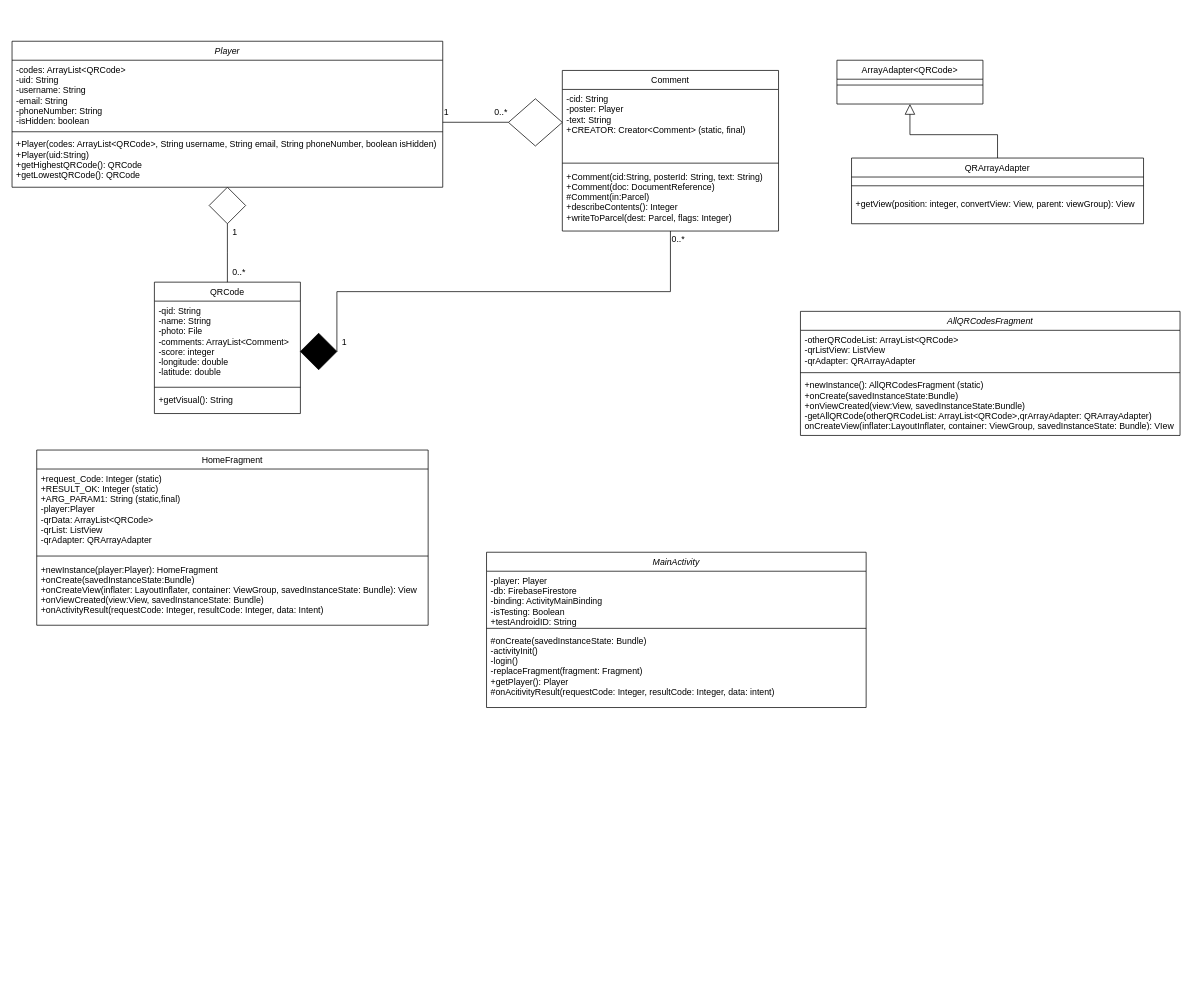
The draw.io diagram part3_temp_work/classdiagram.drawio in CMPUT301W23T18/Team18Project, before the edit. Source tidied: cells renumbered, new cells numbered last; positions are measured from the earlier drawing's top-left corner, leaving out a move shared by most shapes. Both pictures are drawn from the tidied source at 73%, with x=0, y=0 at pixel (-18, 41).
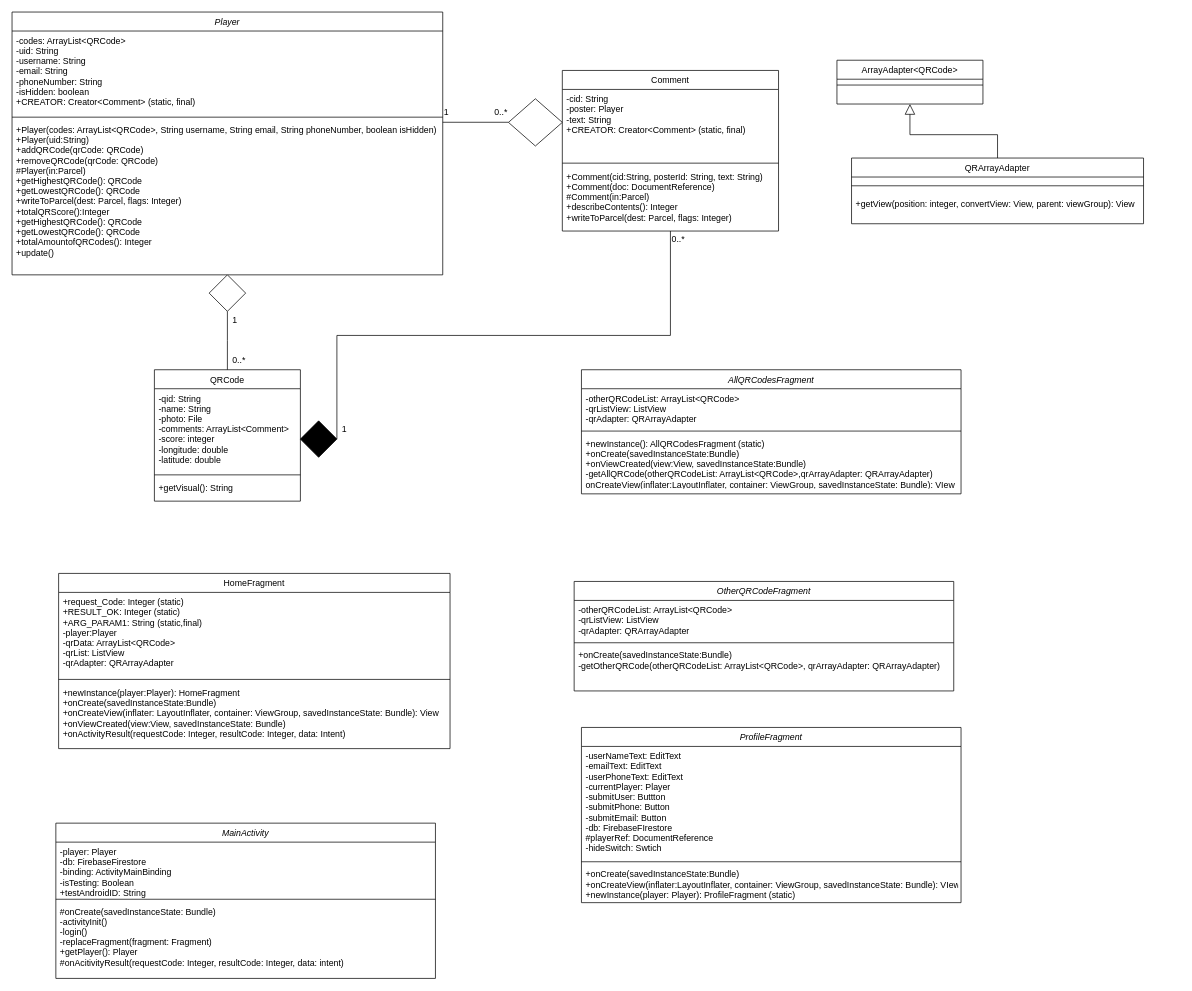
The same diagram, later.

The edit, as a diff of the source:
```diff
@@
     <mxCell id="2" value="QRCode" style="swimlane;fontStyle=0;align=center;verticalAlign=top;horizontal=1;startSize=26;rounded=0;shadow=0;strokeWidth=1;" parent="1" vertex="1">
-      <mxGeometry x="235" y="330" width="200" height="180" as="geometry" />
+      <mxGeometry x="235" y="450" width="200" height="180" as="geometry" />
     </mxCell>
@@
     <mxCell id="18" style="group;" parent="1" vertex="1">
-      <mxGeometry x="40" width="590" height="220" as="geometry" />
+      <mxGeometry x="40" y="-40" width="590" height="360" as="geometry" />
     </mxCell>
     <mxCell id="19" value="Player" style="swimlane;fontStyle=2;align=center;verticalAlign=top;horizontal=1;startSize=26;rounded=0;shadow=0;strokeWidth=1;" parent="18" vertex="1">
-      <mxGeometry width="590" height="200" as="geometry" />
+      <mxGeometry width="590" height="360" as="geometry" />
     </mxCell>
-    <mxCell id="20" value="-codes: ArrayList&lt;QRCode&gt;&#10;-uid: String&#10;-username: String&#10;-email: String&#10;-phoneNumber: String&#10;-isHidden: boolean" style="text;align=left;verticalAlign=top;spacingLeft=4;spacingRight=4;overflow=hidden;" parent="19" vertex="1">
-      <mxGeometry y="26" width="590" height="94" as="geometry" />
+    <mxCell id="20" value="-codes: ArrayList&lt;QRCode&gt;&#10;-uid: String&#10;-username: String&#10;-email: String&#10;-phoneNumber: String&#10;-isHidden: boolean&#10;+CREATOR: Creator&lt;Comment&gt; (static, final)" style="text;align=left;verticalAlign=top;spacingLeft=4;spacingRight=4;overflow=hidden;" parent="19" vertex="1">
+      <mxGeometry y="26" width="590" height="114" as="geometry" />
     </mxCell>
     <mxCell id="21" style="line;html=1;strokeWidth=1;align=left;verticalAlign=middle;spacingTop=-1;spacingLeft=3;spacingRight=3;labelPosition=right;" parent="19" vertex="1">
-      <mxGeometry y="120" width="590" height="8" as="geometry" />
+      <mxGeometry y="140" width="590" height="8" as="geometry" />
     </mxCell>
-    <mxCell id="22" value="+Player(codes: ArrayList&lt;QRCode&gt;, String username, String email, String phoneNumber, boolean isHidden)&#10;+Player(uid:String)&#10;+getHighestQRCode(): QRCode&#10;+getLowestQRCode(): QRCode&#10;" style="text;align=left;verticalAlign=top;spacingLeft=4;spacingRight=4;overflow=hidden;" parent="19" vertex="1">
-      <mxGeometry y="128" width="590" height="72" as="geometry" />
+    <mxCell id="22" value="+Player(codes: ArrayList&lt;QRCode&gt;, String username, String email, String phoneNumber, boolean isHidden)&#10;+Player(uid:String)&#10;+addQRCode(qrCode: QRCode)&#10;+removeQRCode(qrCode: QRCode)&#10;#Player(in:Parcel)&#10;+getHighestQRCode(): QRCode&#10;+getLowestQRCode(): QRCode&#10;+writeToParcel(dest: Parcel, flags: Integer)&#10;+totalQRScore():Integer&#10;+getHighestQRCode(): QRCode&#10;+getLowestQRCode(): QRCode&#10;+totalAmountofQRCodes(): Integer&#10;+update()&#10;&#10;" style="text;align=left;verticalAlign=top;spacingLeft=4;spacingRight=4;overflow=hidden;" parent="19" vertex="1">
+      <mxGeometry y="148" width="590" height="212" as="geometry" />
     </mxCell>
-    <mxCell id="23" style="rhombus;whiteSpace=wrap;html=1;" parent="18" vertex="1">
-      <mxGeometry x="270" y="200" width="50" height="50" as="geometry" />
-    </mxCell>
@@
     <mxCell id="27" style="rhombus;whiteSpace=wrap;html=1;fillColor=#000000;" parent="1" vertex="1">
-      <mxGeometry x="435" y="400" width="50" height="50" as="geometry" />
+      <mxGeometry x="435" y="520" width="50" height="50" as="geometry" />
     </mxCell>
@@
     <mxCell id="36" style="group;" parent="1" vertex="1">
-      <mxGeometry y="560" width="610" height="250" as="geometry" />
+      <mxGeometry x="30" y="729" width="610" height="250" as="geometry" />
     </mxCell>
@@
     <mxCell id="41" style="group;" parent="1" vertex="1">
-      <mxGeometry x="650" y="460" width="570" height="480" as="geometry" />
+      <mxGeometry x="50" y="820" width="570" height="480" as="geometry" />
     </mxCell>
     <mxCell id="42" style="group;" parent="41" vertex="1">
-      <mxGeometry x="50" y="168.9" width="520" height="311.1" as="geometry" />
+      <mxGeometry x="60" y="180" width="520" height="311.1" as="geometry" />
     </mxCell>
@@
     <mxCell id="47" value="AllQRCodesFragment" style="swimlane;fontStyle=2;align=center;verticalAlign=top;horizontal=1;startSize=26;rounded=0;shadow=0;strokeWidth=1;" parent="1" vertex="1">
-      <mxGeometry x="1120" y="370" width="520" height="170" as="geometry" />
+      <mxGeometry x="820" y="450" width="520" height="170" as="geometry" />
     </mxCell>
@@
+    <mxCell id="51" value="OtherQRCodeFragment" style="swimlane;fontStyle=2;align=center;verticalAlign=top;horizontal=1;startSize=26;rounded=0;shadow=0;strokeWidth=1;" parent="1" vertex="1">
+      <mxGeometry x="810" y="740" width="520" height="150" as="geometry" />
+    </mxCell>
+    <mxCell id="52" value="-otherQRCodeList: ArrayList&lt;QRCode&gt;&#10;-qrListView: ListView&#10;-qrAdapter: QRArrayAdapter" style="text;align=left;verticalAlign=top;spacingLeft=4;spacingRight=4;overflow=hidden;" parent="51" vertex="1">
+      <mxGeometry y="26" width="520" height="54" as="geometry" />
+    </mxCell>
+    <mxCell id="53" style="line;html=1;strokeWidth=1;align=left;verticalAlign=middle;spacingTop=-1;spacingLeft=3;spacingRight=3;labelPosition=right;" parent="51" vertex="1">
+      <mxGeometry y="80" width="520" height="8" as="geometry" />
+    </mxCell>
+    <mxCell id="54" value="+onCreate(savedInstanceState:Bundle)&#10;-getOtherQRCode(otherQRCodeList: ArrayList&lt;QRCode&gt;, qrArrayAdapter: QRArrayAdapter)&#10; " style="text;align=left;verticalAlign=top;spacingLeft=4;spacingRight=4;overflow=hidden;fontStyle=0;" parent="51" vertex="1">
+      <mxGeometry y="88" width="520" height="52" as="geometry" />
+    </mxCell>
+    <mxCell id="55" value="ProfileFragment" style="swimlane;fontStyle=2;align=center;verticalAlign=top;horizontal=1;startSize=26;rounded=0;shadow=0;strokeWidth=1;" parent="1" vertex="1">
+      <mxGeometry x="820" y="940" width="520" height="240" as="geometry" />
+    </mxCell>
+    <mxCell id="56" value="-userNameText: EditText&#10;-emailText: EditText&#10;-userPhoneText: EditText&#10;-currentPlayer: Player&#10;-submitUser: Buttton&#10;-submitPhone: Button&#10;-submitEmail: Button&#10;-db: FirebaseFIrestore&#10;#playerRef: DocumentReference&#10;-hideSwitch: Swtich" style="text;align=left;verticalAlign=top;spacingLeft=4;spacingRight=4;overflow=hidden;" parent="55" vertex="1">
+      <mxGeometry y="26" width="520" height="154" as="geometry" />
+    </mxCell>
+    <mxCell id="57" style="line;html=1;strokeWidth=1;align=left;verticalAlign=middle;spacingTop=-1;spacingLeft=3;spacingRight=3;labelPosition=right;" parent="55" vertex="1">
+      <mxGeometry y="180" width="520" height="8" as="geometry" />
+    </mxCell>
+    <mxCell id="58" value="+onCreate(savedInstanceState:Bundle)&#10;+onCreateView(inflater:LayoutInflater, container: ViewGroup, savedInstanceState: Bundle): VIew&#10;+newInstance(player: Player): ProfileFragment (static)&#10; " style="text;align=left;verticalAlign=top;spacingLeft=4;spacingRight=4;overflow=hidden;fontStyle=0;" parent="55" vertex="1">
+      <mxGeometry y="188" width="520" height="52" as="geometry" />
+    </mxCell>
+    <mxCell id="23" style="rhombus;whiteSpace=wrap;html=1;" parent="1" vertex="1">
+      <mxGeometry x="310" y="320" width="50" height="50" as="geometry" />
+    </mxCell>
```
